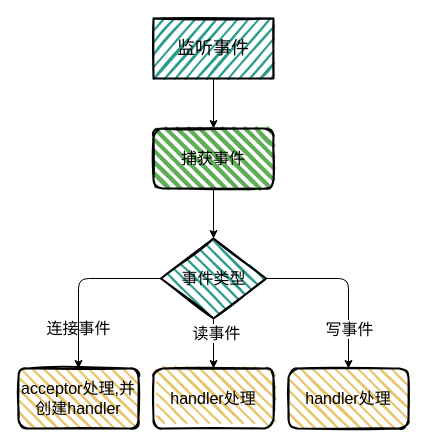
boilingfrog/Go-POINT keeps this draw.io diagram as page "reactor-list" (4 of 29) of redis/redis.drawio. Above is the earlier version. Source tidied: cells renumbered, new cells numbered last; positions are measured from the earlier drawing's top-left corner, leaving out a move shared by most shapes. Both pictures are drawn from the tidied source at 100%, with x=0, y=0 at pixel (18, 18).
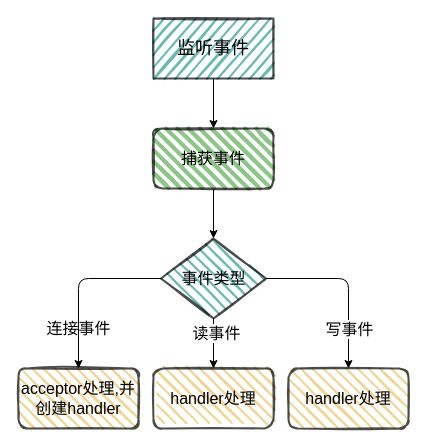
Above is the later version.

The edit, as a diff of the source:
```diff
@@
 <mxGraphModel>
   <root>
     <mxCell id="0" />
     <mxCell id="1" parent="0" />
-    <mxCell id="2" value="acceptor处理,并创建handler" style="rounded=1;whiteSpace=wrap;html=1;strokeWidth=2;fillWeight=2;hachureGap=8;hachureAngle=45;fillColor=#E9C46A;sketch=1;fontSize=16;fillStyle=dots;" parent="1" vertex="1">
+    <mxCell id="2" value="acceptor处理,并创建handler" style="rounded=1;whiteSpace=wrap;html=1;strokeWidth=2;fillWeight=2;hachureGap=8;hachureAngle=45;fillColor=#E9C46A;sketch=1;fontSize=16;fillStyle=dots;opacity=70;" parent="1" vertex="1">
       <mxGeometry y="350" width="120" height="60" as="geometry" />
     </mxCell>
     <mxCell id="3" style="edgeStyle=orthogonalEdgeStyle;html=1;fontSize=18;startArrow=none;startFill=0;" parent="1" edge="1" source="4" target="6">
       <mxGeometry relative="1" as="geometry" />
     </mxCell>
-    <mxCell id="4" value="&lt;span style=&quot;font-size: 18px&quot;&gt;监听事件&lt;/span&gt;" style="rounded=0;whiteSpace=wrap;html=1;fontFamily=Helvetica;fontSize=12;fontColor=default;strokeColor=default;fillColor=#2A9D8F;strokeWidth=2;fillWeight=2;hachureGap=8;fillStyle=dots;sketch=1;" parent="1" vertex="1">
+    <mxCell id="4" value="&lt;span style=&quot;font-size: 18px&quot;&gt;监听事件&lt;/span&gt;" style="rounded=0;whiteSpace=wrap;html=1;fontFamily=Helvetica;fontSize=12;fontColor=default;strokeColor=default;fillColor=#2A9D8F;strokeWidth=2;fillWeight=2;hachureGap=8;fillStyle=dots;sketch=1;opacity=70;" parent="1" vertex="1">
       <mxGeometry x="135" width="120" height="60" as="geometry" />
     </mxCell>
     <mxCell id="5" style="edgeStyle=orthogonalEdgeStyle;html=1;entryX=0.5;entryY=0;entryDx=0;entryDy=0;fontSize=16;startArrow=none;startFill=0;" parent="1" edge="1" source="6" target="12">
       <mxGeometry relative="1" as="geometry" />
     </mxCell>
-    <mxCell id="6" value="捕获事件" style="whiteSpace=wrap;html=1;fontSize=16;fillColor=#5FAD56;rounded=1;strokeWidth=2;fillWeight=4;hachureGap=8;hachureAngle=45;sketch=1;" parent="1" vertex="1">
+    <mxCell id="6" value="捕获事件" style="whiteSpace=wrap;html=1;fontSize=16;fillColor=#5FAD56;rounded=1;strokeWidth=2;fillWeight=4;hachureGap=8;hachureAngle=45;sketch=1;opacity=70;" parent="1" vertex="1">
       <mxGeometry x="135" y="110" width="120" height="60" as="geometry" />
     </mxCell>
     <mxCell id="7" style="edgeStyle=orthogonalEdgeStyle;html=1;entryX=0.5;entryY=0;entryDx=0;entryDy=0;fontSize=16;startArrow=none;startFill=0;" parent="1" edge="1" source="12" target="2">
       <mxGeometry relative="1" as="geometry" />
     </mxCell>
     <mxCell id="8" style="edgeStyle=orthogonalEdgeStyle;html=1;fontSize=16;startArrow=none;startFill=0;" parent="1" edge="1" source="12" target="14">
       <mxGeometry relative="1" as="geometry" />
     </mxCell>
     <mxCell id="9" value="写事件" style="edgeLabel;html=1;align=center;verticalAlign=middle;fontSize=16;" parent="8" vertex="1">
       <mxGeometry x="0.48" relative="1" as="geometry">
         <mxPoint y="5" as="offset" />
       </mxGeometry>
     </mxCell>
     <mxCell id="10" style="edgeStyle=orthogonalEdgeStyle;html=1;fontSize=16;startArrow=none;startFill=0;" parent="1" edge="1" source="12" target="13">
       <mxGeometry relative="1" as="geometry" />
     </mxCell>
     <mxCell id="11" value="读事件" style="edgeLabel;html=1;align=center;verticalAlign=middle;fontSize=16;" parent="10" vertex="1">
       <mxGeometry x="-0.46" y="2" relative="1" as="geometry" />
     </mxCell>
-    <mxCell id="12" value="&lt;font style=&quot;font-size: 16px&quot;&gt;事件类型&lt;/font&gt;" style="rhombus;whiteSpace=wrap;html=1;fontSize=12;fillColor=#2A9D8F;rounded=0;strokeWidth=2;fillWeight=2;hachureGap=8;fillStyle=dots;sketch=1;hachureAngle=45;" parent="1" vertex="1">
+    <mxCell id="12" value="&lt;font style=&quot;font-size: 16px&quot;&gt;事件类型&lt;/font&gt;" style="rhombus;whiteSpace=wrap;html=1;fontSize=12;fillColor=#2A9D8F;rounded=0;strokeWidth=2;fillWeight=2;hachureGap=8;fillStyle=dots;sketch=1;hachureAngle=45;opacity=70;" parent="1" vertex="1">
       <mxGeometry x="142.5" y="220" width="105" height="80" as="geometry" />
     </mxCell>
-    <mxCell id="13" value="handler处理" style="rounded=1;whiteSpace=wrap;html=1;strokeWidth=2;fillWeight=2;hachureGap=8;hachureAngle=45;fillColor=#E9C46A;sketch=1;fontSize=16;fillStyle=dots;" parent="1" vertex="1">
+    <mxCell id="13" value="handler处理" style="rounded=1;whiteSpace=wrap;html=1;strokeWidth=2;fillWeight=2;hachureGap=8;hachureAngle=45;fillColor=#E9C46A;sketch=1;fontSize=16;fillStyle=dots;opacity=70;" parent="1" vertex="1">
       <mxGeometry x="135" y="350" width="120" height="60" as="geometry" />
     </mxCell>
-    <mxCell id="14" value="handler处理" style="rounded=1;whiteSpace=wrap;html=1;strokeWidth=2;fillWeight=2;hachureGap=8;hachureAngle=45;fillColor=#E9C46A;sketch=1;fontSize=16;fillStyle=dots;" parent="1" vertex="1">
+    <mxCell id="14" value="handler处理" style="rounded=1;whiteSpace=wrap;html=1;strokeWidth=2;fillWeight=2;hachureGap=8;hachureAngle=45;fillColor=#E9C46A;sketch=1;fontSize=16;fillStyle=dots;opacity=70;" parent="1" vertex="1">
       <mxGeometry x="270" y="350" width="120" height="60" as="geometry" />
     </mxCell>
     <mxCell id="15" value="连接事件" style="text;html=1;align=center;verticalAlign=middle;strokeColor=none;fillColor=none;fontSize=16;" parent="1" vertex="1">
       <mxGeometry x="20" y="300" width="80" height="20" as="geometry" />
     </mxCell>
   </root>
 </mxGraphModel>
```
